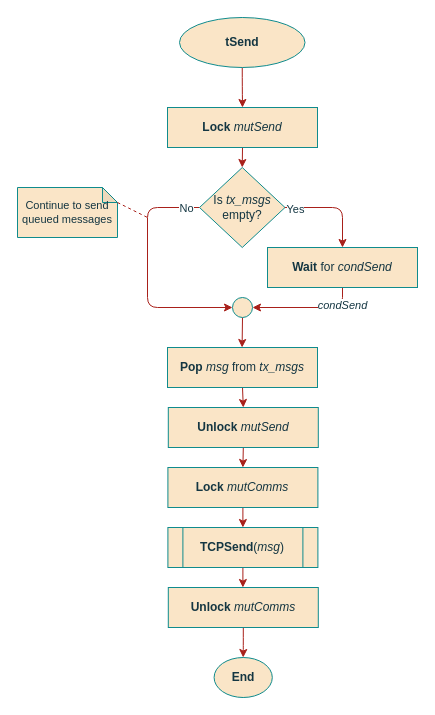
This is page "sendFunc" (4 of 4) of documentation/flowcharts/Classes/CTCPclient.drawio from ESRGgroup9/slipad, a draw.io file, before an edit. Source tidied: cells renumbered, new cells numbered last; positions are measured from the earlier drawing's top-left corner, leaving out a move shared by most shapes. Both pictures are drawn from the tidied source at 100%, with x=0, y=0 at pixel (17, 17).
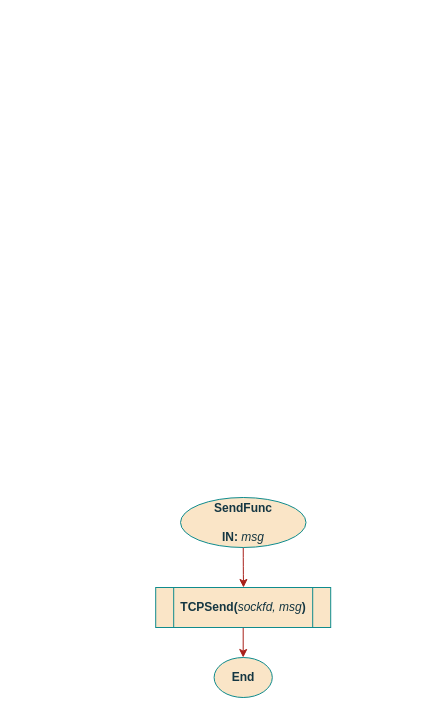
Above is the later version.

Unchanged cells that the change refers to:
```xml
<mxCell id="27" value="End" style="ellipse;whiteSpace=wrap;html=1;fillColor=#FAE5C7;strokeColor=#0F8B8D;fontColor=#143642;fontStyle=1;" parent="1" vertex="1">
  <mxGeometry x="196.6" y="640" width="58.2" height="40" as="geometry" />
</mxCell>
```

Diff of the diagram source:
```diff
@@
-    <mxCell id="2" style="edgeStyle=orthogonalEdgeStyle;curved=0;rounded=1;sketch=0;jettySize=auto;html=1;exitX=0.5;exitY=1;exitDx=0;exitDy=0;entryX=0.5;entryY=0;entryDx=0;entryDy=0;fontColor=#143642;strokeColor=#A8201A;fillColor=#FAE5C7;" parent="1" edge="1" source="3" target="5">
-      <mxGeometry relative="1" as="geometry" />
-    </mxCell>
-    <mxCell id="3" value="tSend" style="ellipse;whiteSpace=wrap;html=1;fillColor=#FAE5C7;strokeColor=#0F8B8D;fontColor=#143642;fontStyle=1;" parent="1" vertex="1">
-      <mxGeometry x="162" width="125.5" height="50" as="geometry" />
-    </mxCell>
-    <mxCell id="4" style="edgeStyle=orthogonalEdgeStyle;curved=0;rounded=1;sketch=0;jettySize=auto;html=1;exitX=0.5;exitY=1;exitDx=0;exitDy=0;entryX=0.5;entryY=0;entryDx=0;entryDy=0;fontColor=#143642;strokeColor=#A8201A;fillColor=#FAE5C7;" parent="1" edge="1" source="5" target="16">
-      <mxGeometry relative="1" as="geometry" />
-    </mxCell>
-    <mxCell id="5" value="&lt;b&gt;Lock&lt;/b&gt; &lt;i&gt;mutSend&lt;/i&gt;" style="rounded=0;whiteSpace=wrap;html=1;sketch=0;fontColor=#143642;strokeColor=#0F8B8D;fillColor=#FAE5C7;" parent="1" vertex="1">
-      <mxGeometry x="150" y="90" width="150" height="40" as="geometry" />
-    </mxCell>
-    <mxCell id="6" value="condSend" style="edgeStyle=orthogonalEdgeStyle;curved=0;rounded=1;sketch=0;jettySize=auto;html=1;fontColor=#143642;strokeColor=#A8201A;fillColor=#FAE5C7;entryX=1;entryY=0.5;entryDx=0;entryDy=0;fontStyle=2;" parent="1" edge="1" source="7" target="18">
-      <mxGeometry x="-0.67" relative="1" as="geometry">
-        <Array as="points">
-          <mxPoint x="325" y="290" />
-        </Array>
-      </mxGeometry>
-    </mxCell>
-    <mxCell id="7" value="&lt;b&gt;Wait&lt;/b&gt; for &lt;i&gt;condSend&lt;/i&gt;" style="rounded=0;whiteSpace=wrap;html=1;sketch=0;fontColor=#143642;strokeColor=#0F8B8D;fillColor=#FAE5C7;" parent="1" vertex="1">
-      <mxGeometry x="250" y="230" width="150" height="40" as="geometry" />
-    </mxCell>
-    <mxCell id="8" style="edgeStyle=orthogonalEdgeStyle;rounded=1;sketch=0;jettySize=auto;html=1;fontColor=#143642;strokeColor=#A8201A;fillColor=#FAE5C7;" parent="1" edge="1" source="9" target="11">
-      <mxGeometry relative="1" as="geometry" />
-    </mxCell>
-    <mxCell id="9" value="&lt;b&gt;TCPSend&lt;/b&gt;(&lt;i&gt;msg&lt;/i&gt;)" style="shape=process;whiteSpace=wrap;html=1;backgroundOutline=1;rounded=0;sketch=0;fontColor=#143642;strokeColor=#0F8B8D;fillColor=#FAE5C7;" parent="1" vertex="1">
-      <mxGeometry x="150.4" y="510" width="150" height="40" as="geometry" />
-    </mxCell>
-    <mxCell id="10" style="edgeStyle=orthogonalEdgeStyle;rounded=1;jettySize=auto;html=1;exitX=0.5;exitY=1;exitDx=0;exitDy=0;strokeColor=#A8201A;" parent="1" edge="1" source="11" target="27">
-      <mxGeometry relative="1" as="geometry" />
-    </mxCell>
-    <mxCell id="11" value="&lt;b&gt;Unlock&lt;/b&gt; &lt;i&gt;mutComms&lt;/i&gt;" style="rounded=0;whiteSpace=wrap;html=1;sketch=0;fontColor=#143642;strokeColor=#0F8B8D;fillColor=#FAE5C7;" parent="1" vertex="1">
-      <mxGeometry x="150.8" y="570" width="150" height="40" as="geometry" />
-    </mxCell>
-    <mxCell id="12" style="edgeStyle=orthogonalEdgeStyle;curved=0;rounded=1;sketch=0;jettySize=auto;html=1;exitX=0;exitY=0.5;exitDx=0;exitDy=0;fontColor=#143642;strokeColor=#A8201A;fillColor=#FAE5C7;entryX=0;entryY=0.5;entryDx=0;entryDy=0;" parent="1" edge="1" source="16" target="18">
-      <mxGeometry relative="1" as="geometry">
-        <Array as="points">
-          <mxPoint x="130" y="190" />
-          <mxPoint x="130" y="290" />
-        </Array>
-      </mxGeometry>
-    </mxCell>
-    <mxCell id="13" value="No" style="edgeLabel;html=1;align=center;verticalAlign=middle;fontColor=#143642;" parent="12" vertex="1">
-      <mxGeometry x="-0.88" relative="1" as="geometry" />
-    </mxCell>
-    <mxCell id="14" style="edgeStyle=orthogonalEdgeStyle;curved=0;rounded=1;sketch=0;jettySize=auto;html=1;exitX=1;exitY=0.5;exitDx=0;exitDy=0;entryX=0.5;entryY=0;entryDx=0;entryDy=0;fontColor=#143642;strokeColor=#A8201A;fillColor=#FAE5C7;" parent="1" edge="1" source="16" target="7">
-      <mxGeometry relative="1" as="geometry" />
-    </mxCell>
-    <mxCell id="15" value="Yes" style="edgeLabel;html=1;align=center;verticalAlign=middle;fontColor=#143642;" parent="14" vertex="1">
-      <mxGeometry x="-0.8" y="-1" relative="1" as="geometry" />
-    </mxCell>
-    <mxCell id="16" value="Is &lt;i&gt;tx_msgs&lt;/i&gt; empty?" style="rhombus;whiteSpace=wrap;html=1;rounded=0;sketch=0;fontColor=#143642;strokeColor=#0F8B8D;fillColor=#FAE5C7;" parent="1" vertex="1">
-      <mxGeometry x="182" y="150" width="85.5" height="80" as="geometry" />
-    </mxCell>
-    <mxCell id="17" style="edgeStyle=orthogonalEdgeStyle;curved=0;rounded=1;sketch=0;jettySize=auto;html=1;exitX=0.5;exitY=1;exitDx=0;exitDy=0;entryX=0.5;entryY=0;entryDx=0;entryDy=0;fontColor=#143642;strokeColor=#A8201A;fillColor=#FAE5C7;" parent="1" edge="1" source="18">
-      <mxGeometry relative="1" as="geometry">
-        <mxPoint x="224.6" y="330" as="targetPoint" />
-      </mxGeometry>
-    </mxCell>
-    <mxCell id="18" style="ellipse;whiteSpace=wrap;html=1;rounded=0;sketch=0;fontColor=#143642;strokeColor=#0F8B8D;fillColor=#FAE5C7;" parent="1" vertex="1">
-      <mxGeometry x="215" y="280" width="20" height="20" as="geometry" />
-    </mxCell>
-    <mxCell id="19" value="Continue to send queued messages" style="shape=note;whiteSpace=wrap;html=1;backgroundOutline=1;darkOpacity=0.05;rounded=0;sketch=0;fontColor=#143642;strokeColor=#0F8B8D;fillColor=#FAE5C7;size=15;fontSize=11;" parent="1" vertex="1">
-      <mxGeometry y="170" width="100" height="50" as="geometry" />
-    </mxCell>
-    <mxCell id="20" style="endArrow=none;dashed=1;html=1;rounded=1;sketch=0;fontColor=#143642;strokeColor=#A8201A;fillColor=#FAE5C7;curved=0;exitX=0;exitY=0;exitDx=100;exitDy=15;exitPerimeter=0;" parent="1" edge="1" source="19">
-      <mxGeometry relative="1" as="geometry">
-        <mxPoint x="130" y="200" as="targetPoint" />
-      </mxGeometry>
-    </mxCell>
-    <mxCell id="21" style="edgeStyle=orthogonalEdgeStyle;rounded=1;jettySize=auto;html=1;exitX=0.5;exitY=1;exitDx=0;exitDy=0;entryX=0.5;entryY=0;entryDx=0;entryDy=0;strokeColor=#A8201A;" parent="1" edge="1" source="22" target="26">
-      <mxGeometry relative="1" as="geometry" />
-    </mxCell>
-    <mxCell id="22" value="&lt;b&gt;Pop &lt;/b&gt;&lt;i&gt;msg &lt;/i&gt;from &lt;i&gt;tx_msgs&lt;/i&gt;" style="rounded=0;whiteSpace=wrap;html=1;sketch=0;fontColor=#143642;strokeColor=#0F8B8D;fillColor=#FAE5C7;" parent="1" vertex="1">
-      <mxGeometry x="150" y="330" width="150" height="40" as="geometry" />
-    </mxCell>
-    <mxCell id="23" style="edgeStyle=orthogonalEdgeStyle;rounded=1;jettySize=auto;html=1;exitX=0.5;exitY=1;exitDx=0;exitDy=0;entryX=0.5;entryY=0;entryDx=0;entryDy=0;strokeColor=#A8201A;" parent="1" edge="1" source="24" target="9">
-      <mxGeometry relative="1" as="geometry" />
-    </mxCell>
-    <mxCell id="24" value="&lt;b&gt;Lock&lt;/b&gt; &lt;i&gt;mutComms&lt;/i&gt;" style="rounded=0;whiteSpace=wrap;html=1;sketch=0;fontColor=#143642;strokeColor=#0F8B8D;fillColor=#FAE5C7;" parent="1" vertex="1">
-      <mxGeometry x="150.4" y="450" width="150" height="40" as="geometry" />
-    </mxCell>
-    <mxCell id="25" style="edgeStyle=orthogonalEdgeStyle;rounded=1;jettySize=auto;html=1;exitX=0.5;exitY=1;exitDx=0;exitDy=0;entryX=0.5;entryY=0;entryDx=0;entryDy=0;strokeColor=#A8201A;" parent="1" edge="1" source="26" target="24">
-      <mxGeometry relative="1" as="geometry" />
-    </mxCell>
-    <mxCell id="26" value="&lt;b&gt;Unlock&lt;/b&gt; &lt;i&gt;mutSend&lt;/i&gt;" style="rounded=0;whiteSpace=wrap;html=1;sketch=0;fontColor=#143642;strokeColor=#0F8B8D;fillColor=#FAE5C7;" parent="1" vertex="1">
-      <mxGeometry x="150.8" y="390" width="150" height="40" as="geometry" />
-    </mxCell>
+    <mxCell id="28" style="edgeStyle=orthogonalEdgeStyle;curved=0;rounded=1;sketch=0;jettySize=auto;html=1;exitX=0.5;exitY=1;exitDx=0;exitDy=0;entryX=0.5;entryY=0;entryDx=0;entryDy=0;fontColor=#143642;strokeColor=#A8201A;fillColor=#FAE5C7;" parent="1" edge="1" source="29">
+      <mxGeometry relative="1" as="geometry">
+        <mxPoint x="226" y="570" as="targetPoint" />
+      </mxGeometry>
+    </mxCell>
+    <mxCell id="29" value="&lt;div&gt;SendFunc&lt;/div&gt;&lt;div&gt;&lt;br&gt;&lt;/div&gt;&lt;div&gt;IN:&lt;i&gt; &lt;span style=&quot;font-weight: normal&quot;&gt;msg&lt;/span&gt;&lt;/i&gt;&lt;span style=&quot;font-weight: normal&quot;&gt;&lt;/span&gt;&lt;br&gt;&lt;/div&gt;" style="ellipse;whiteSpace=wrap;html=1;fillColor=#FAE5C7;strokeColor=#0F8B8D;fontColor=#143642;fontStyle=1;" parent="1" vertex="1">
+      <mxGeometry x="163" y="480" width="125.5" height="50" as="geometry" />
+    </mxCell>
+    <mxCell id="30" style="edgeStyle=orthogonalEdgeStyle;curved=0;rounded=1;sketch=0;jettySize=auto;html=1;fontColor=#143642;strokeColor=#A8201A;fillColor=#FAE5C7;entryX=0.5;entryY=0;entryDx=0;entryDy=0;exitX=0.5;exitY=1;exitDx=0;exitDy=0;" parent="1" edge="1" source="31" target="27">
+      <mxGeometry relative="1" as="geometry" />
+    </mxCell>
+    <mxCell id="31" value="&lt;b&gt;TCPSend(&lt;/b&gt;&lt;i&gt;sockfd, msg&lt;/i&gt;&lt;b&gt;)&lt;/b&gt;" style="shape=process;whiteSpace=wrap;html=1;backgroundOutline=1;rounded=0;sketch=0;fontColor=#143642;strokeColor=#0F8B8D;fillColor=#FAE5C7;" parent="1" vertex="1">
+      <mxGeometry x="138.2" y="570" width="175" height="40" as="geometry" />
+    </mxCell>
```
